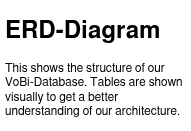
gabrielbindi/VoBi-Tour keeps this draw.io diagram as docs/database/database_erd.drawio.png. Above is the earlier version. Source tidied: cells renumbered, new cells last; positions are measured from the earlier drawing's top-left corner, leaving out a move shared by most shapes.
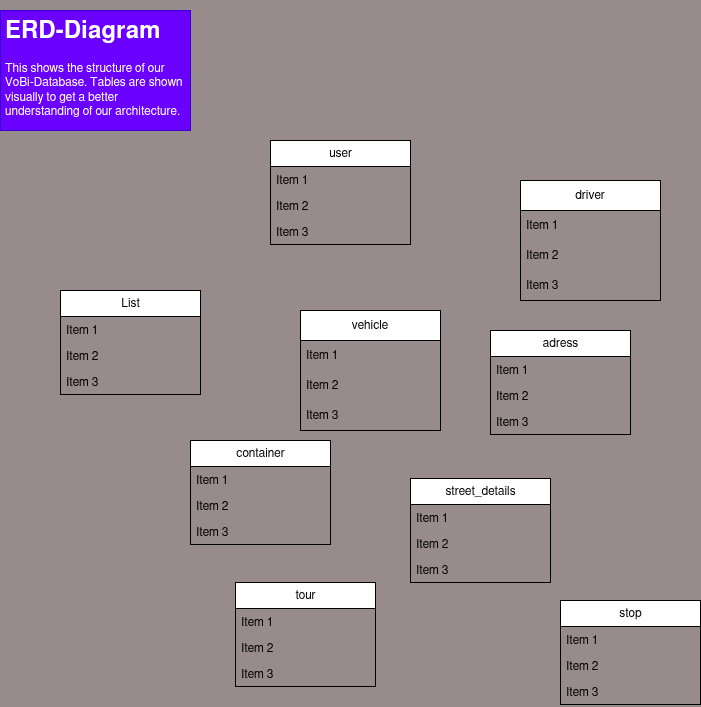
Above is the later version.

Diff of the diagram source:
```diff
@@ -1,9 +1,117 @@
-<mxGraphModel>
+<mxGraphModel background="#988b8b">
   <root>
     <mxCell id="0" />
     <mxCell id="1" parent="0" />
-    <mxCell id="2" value="&lt;h1&gt;ERD-Diagram&lt;/h1&gt;&lt;div&gt;This shows the structure of our VoBi-Database. Tables are shown visually to get a better understanding of our architecture.&lt;/div&gt;&lt;p&gt;&lt;/p&gt;" style="text;html=1;strokeColor=none;fillColor=none;spacing=5;spacingTop=-20;whiteSpace=wrap;overflow=hidden;rounded=0;" parent="1" vertex="1">
+    <mxCell id="2" value="&lt;h1&gt;ERD-Diagram&lt;/h1&gt;&lt;div&gt;This shows the structure of our VoBi-Database. Tables are shown visually to get a better understanding of our architecture.&lt;/div&gt;&lt;p&gt;&lt;/p&gt;" style="text;html=1;spacing=5;spacingTop=-20;whiteSpace=wrap;overflow=hidden;rounded=0;fillColor=#6a00ff;fontColor=#ffffff;strokeColor=#3700CC;" parent="1" vertex="1">
       <mxGeometry width="190" height="120" as="geometry" />
     </mxCell>
+    <mxCell id="3" value="vehicle" style="swimlane;fontStyle=0;horizontal=1;startSize=30;whiteSpace=wrap;html=1;" parent="1" vertex="1">
+      <mxGeometry x="300" y="300" width="140" height="120" as="geometry" />
+    </mxCell>
+    <mxCell id="4" value="Item 1" style="text;strokeColor=none;fillColor=none;align=left;verticalAlign=middle;spacingLeft=4;spacingRight=4;overflow=hidden;whiteSpace=wrap;html=1;" parent="3" vertex="1">
+      <mxGeometry y="30" width="140" height="30" as="geometry" />
+    </mxCell>
+    <mxCell id="5" value="Item 2" style="text;strokeColor=none;fillColor=none;align=left;verticalAlign=middle;spacingLeft=4;spacingRight=4;overflow=hidden;whiteSpace=wrap;html=1;" parent="3" vertex="1">
+      <mxGeometry y="60" width="140" height="30" as="geometry" />
+    </mxCell>
+    <mxCell id="6" value="Item 3" style="text;strokeColor=none;fillColor=none;align=left;verticalAlign=middle;spacingLeft=4;spacingRight=4;overflow=hidden;whiteSpace=wrap;html=1;" parent="3" vertex="1">
+      <mxGeometry y="90" width="140" height="30" as="geometry" />
+    </mxCell>
+    <mxCell id="7" value="driver" style="swimlane;fontStyle=0;horizontal=1;startSize=30;whiteSpace=wrap;html=1;" parent="1" vertex="1">
+      <mxGeometry x="520" y="170" width="140" height="120" as="geometry" />
+    </mxCell>
+    <mxCell id="8" value="Item 1" style="text;strokeColor=none;fillColor=none;align=left;verticalAlign=middle;spacingLeft=4;spacingRight=4;overflow=hidden;whiteSpace=wrap;html=1;" parent="7" vertex="1">
+      <mxGeometry y="30" width="140" height="30" as="geometry" />
+    </mxCell>
+    <mxCell id="9" value="Item 2" style="text;strokeColor=none;fillColor=none;align=left;verticalAlign=middle;spacingLeft=4;spacingRight=4;overflow=hidden;whiteSpace=wrap;html=1;" parent="7" vertex="1">
+      <mxGeometry y="60" width="140" height="30" as="geometry" />
+    </mxCell>
+    <mxCell id="10" value="Item 3" style="text;strokeColor=none;fillColor=none;align=left;verticalAlign=middle;spacingLeft=4;spacingRight=4;overflow=hidden;whiteSpace=wrap;html=1;" parent="7" vertex="1">
+      <mxGeometry y="90" width="140" height="30" as="geometry" />
+    </mxCell>
+    <mxCell id="11" value="user" style="swimlane;fontStyle=0;horizontal=1;startSize=26;html=1;" parent="1" vertex="1">
+      <mxGeometry x="270" y="130" width="140" height="104" as="geometry" />
+    </mxCell>
+    <mxCell id="12" value="Item 1" style="text;strokeColor=none;fillColor=none;align=left;verticalAlign=top;spacingLeft=4;spacingRight=4;overflow=hidden;whiteSpace=wrap;html=1;" parent="11" vertex="1">
+      <mxGeometry y="26" width="140" height="26" as="geometry" />
+    </mxCell>
+    <mxCell id="13" value="Item 2" style="text;strokeColor=none;fillColor=none;align=left;verticalAlign=top;spacingLeft=4;spacingRight=4;overflow=hidden;whiteSpace=wrap;html=1;" parent="11" vertex="1">
+      <mxGeometry y="52" width="140" height="26" as="geometry" />
+    </mxCell>
+    <mxCell id="14" value="Item 3" style="text;strokeColor=none;fillColor=none;align=left;verticalAlign=top;spacingLeft=4;spacingRight=4;overflow=hidden;whiteSpace=wrap;html=1;" parent="11" vertex="1">
+      <mxGeometry y="78" width="140" height="26" as="geometry" />
+    </mxCell>
+    <mxCell id="15" value="List" style="swimlane;fontStyle=0;horizontal=1;startSize=26;html=1;" parent="1" vertex="1">
+      <mxGeometry x="60" y="280" width="140" height="104" as="geometry" />
+    </mxCell>
+    <mxCell id="16" value="Item 1" style="text;strokeColor=none;fillColor=none;align=left;verticalAlign=top;spacingLeft=4;spacingRight=4;overflow=hidden;whiteSpace=wrap;html=1;" parent="15" vertex="1">
+      <mxGeometry y="26" width="140" height="26" as="geometry" />
+    </mxCell>
+    <mxCell id="17" value="Item 2" style="text;strokeColor=none;fillColor=none;align=left;verticalAlign=top;spacingLeft=4;spacingRight=4;overflow=hidden;whiteSpace=wrap;html=1;" parent="15" vertex="1">
+      <mxGeometry y="52" width="140" height="26" as="geometry" />
+    </mxCell>
+    <mxCell id="18" value="Item 3" style="text;strokeColor=none;fillColor=none;align=left;verticalAlign=top;spacingLeft=4;spacingRight=4;overflow=hidden;whiteSpace=wrap;html=1;" parent="15" vertex="1">
+      <mxGeometry y="78" width="140" height="26" as="geometry" />
+    </mxCell>
+    <mxCell id="19" value="adress" style="swimlane;fontStyle=0;horizontal=1;startSize=26;html=1;" parent="1" vertex="1">
+      <mxGeometry x="490" y="320" width="140" height="104" as="geometry" />
+    </mxCell>
+    <mxCell id="20" value="Item 1" style="text;strokeColor=none;fillColor=none;align=left;verticalAlign=top;spacingLeft=4;spacingRight=4;overflow=hidden;whiteSpace=wrap;html=1;" parent="19" vertex="1">
+      <mxGeometry y="26" width="140" height="26" as="geometry" />
+    </mxCell>
+    <mxCell id="21" value="Item 2" style="text;strokeColor=none;fillColor=none;align=left;verticalAlign=top;spacingLeft=4;spacingRight=4;overflow=hidden;whiteSpace=wrap;html=1;" parent="19" vertex="1">
+      <mxGeometry y="52" width="140" height="26" as="geometry" />
+    </mxCell>
+    <mxCell id="22" value="Item 3" style="text;strokeColor=none;fillColor=none;align=left;verticalAlign=top;spacingLeft=4;spacingRight=4;overflow=hidden;whiteSpace=wrap;html=1;" parent="19" vertex="1">
+      <mxGeometry y="78" width="140" height="26" as="geometry" />
+    </mxCell>
+    <mxCell id="23" value="container" style="swimlane;fontStyle=0;horizontal=1;startSize=26;html=1;" parent="1" vertex="1">
+      <mxGeometry x="190" y="430" width="140" height="104" as="geometry" />
+    </mxCell>
+    <mxCell id="24" value="Item 1" style="text;strokeColor=none;fillColor=none;align=left;verticalAlign=top;spacingLeft=4;spacingRight=4;overflow=hidden;whiteSpace=wrap;html=1;" parent="23" vertex="1">
+      <mxGeometry y="26" width="140" height="26" as="geometry" />
+    </mxCell>
+    <mxCell id="25" value="Item 2" style="text;strokeColor=none;fillColor=none;align=left;verticalAlign=top;spacingLeft=4;spacingRight=4;overflow=hidden;whiteSpace=wrap;html=1;" parent="23" vertex="1">
+      <mxGeometry y="52" width="140" height="26" as="geometry" />
+    </mxCell>
+    <mxCell id="26" value="Item 3" style="text;strokeColor=none;fillColor=none;align=left;verticalAlign=top;spacingLeft=4;spacingRight=4;overflow=hidden;whiteSpace=wrap;html=1;" parent="23" vertex="1">
+      <mxGeometry y="78" width="140" height="26" as="geometry" />
+    </mxCell>
+    <mxCell id="27" value="street_details" style="swimlane;fontStyle=0;horizontal=1;startSize=26;html=1;" parent="1" vertex="1">
+      <mxGeometry x="410" y="468" width="140" height="104" as="geometry" />
+    </mxCell>
+    <mxCell id="28" value="Item 1" style="text;strokeColor=none;fillColor=none;align=left;verticalAlign=top;spacingLeft=4;spacingRight=4;overflow=hidden;whiteSpace=wrap;html=1;" parent="27" vertex="1">
+      <mxGeometry y="26" width="140" height="26" as="geometry" />
+    </mxCell>
+    <mxCell id="29" value="Item 2" style="text;strokeColor=none;fillColor=none;align=left;verticalAlign=top;spacingLeft=4;spacingRight=4;overflow=hidden;whiteSpace=wrap;html=1;" parent="27" vertex="1">
+      <mxGeometry y="52" width="140" height="26" as="geometry" />
+    </mxCell>
+    <mxCell id="30" value="Item 3" style="text;strokeColor=none;fillColor=none;align=left;verticalAlign=top;spacingLeft=4;spacingRight=4;overflow=hidden;whiteSpace=wrap;html=1;" parent="27" vertex="1">
+      <mxGeometry y="78" width="140" height="26" as="geometry" />
+    </mxCell>
+    <mxCell id="31" value="tour" style="swimlane;fontStyle=0;horizontal=1;startSize=26;html=1;" parent="1" vertex="1">
+      <mxGeometry x="235" y="572" width="140" height="104" as="geometry" />
+    </mxCell>
+    <mxCell id="32" value="Item 1" style="text;strokeColor=none;fillColor=none;align=left;verticalAlign=top;spacingLeft=4;spacingRight=4;overflow=hidden;whiteSpace=wrap;html=1;" parent="31" vertex="1">
+      <mxGeometry y="26" width="140" height="26" as="geometry" />
+    </mxCell>
+    <mxCell id="33" value="Item 2" style="text;strokeColor=none;fillColor=none;align=left;verticalAlign=top;spacingLeft=4;spacingRight=4;overflow=hidden;whiteSpace=wrap;html=1;" parent="31" vertex="1">
+      <mxGeometry y="52" width="140" height="26" as="geometry" />
+    </mxCell>
+    <mxCell id="34" value="Item 3" style="text;strokeColor=none;fillColor=none;align=left;verticalAlign=top;spacingLeft=4;spacingRight=4;overflow=hidden;whiteSpace=wrap;html=1;" parent="31" vertex="1">
+      <mxGeometry y="78" width="140" height="26" as="geometry" />
+    </mxCell>
+    <mxCell id="35" value="stop" style="swimlane;fontStyle=0;horizontal=1;startSize=26;html=1;" parent="1" vertex="1">
+      <mxGeometry x="560" y="590" width="140" height="104" as="geometry" />
+    </mxCell>
+    <mxCell id="36" value="Item 1" style="text;strokeColor=none;fillColor=none;align=left;verticalAlign=top;spacingLeft=4;spacingRight=4;overflow=hidden;whiteSpace=wrap;html=1;" parent="35" vertex="1">
+      <mxGeometry y="26" width="140" height="26" as="geometry" />
+    </mxCell>
+    <mxCell id="37" value="Item 2" style="text;strokeColor=none;fillColor=none;align=left;verticalAlign=top;spacingLeft=4;spacingRight=4;overflow=hidden;whiteSpace=wrap;html=1;" parent="35" vertex="1">
+      <mxGeometry y="52" width="140" height="26" as="geometry" />
+    </mxCell>
+    <mxCell id="38" value="Item 3" style="text;strokeColor=none;fillColor=none;align=left;verticalAlign=top;spacingLeft=4;spacingRight=4;overflow=hidden;whiteSpace=wrap;html=1;" parent="35" vertex="1">
+      <mxGeometry y="78" width="140" height="26" as="geometry" />
+    </mxCell>
   </root>
 </mxGraphModel>
```
